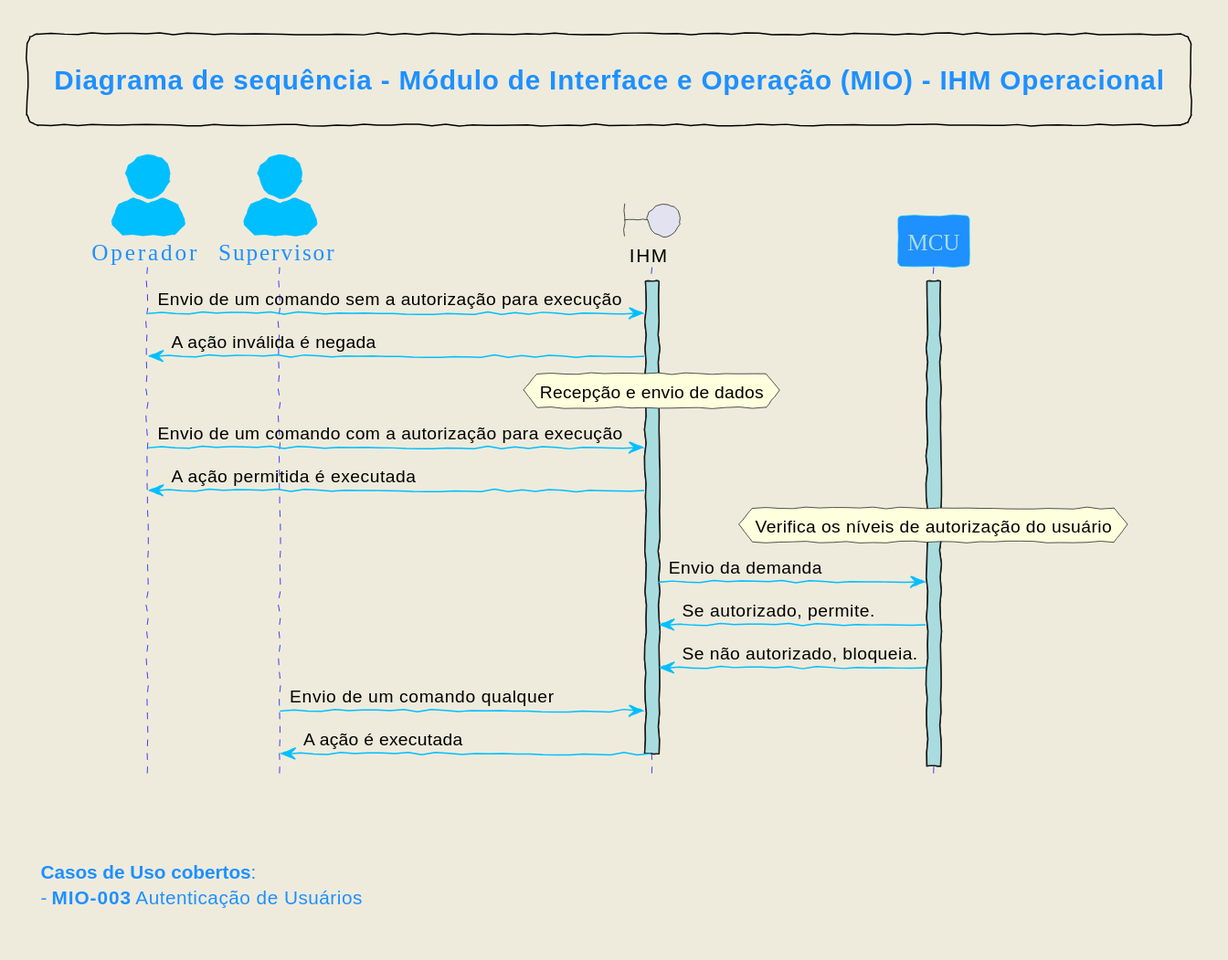
Above: diagramas_svg/DS-IHM-003.svg in Embrapac/diagramas (PlantUML), before the change. The source it was exported from:
```plantuml
@startuml
!include DEFS.puml

actor "Operador" as OP
actor "Supervisor" as SP
boundary "IHM"
participant "MCU"


activate IHM
activate MCU
OP -> IHM: Envio de um comando sem a autorização para execução
IHM -> OP: A ação inválida é negada
hnote over IHM: Recepção e envio de dados

OP -> IHM: Envio de um comando com a autorização para execução
IHM -> OP: A ação permitida é executada
hnote over MCU: Verifica os níveis de autorização do usuário

IHM -> MCU: Envio da demanda
MCU -> IHM: Se autorizado, permite.
MCU -> IHM: Se não autorizado, bloqueia.
SP -> IHM: Envio de um comando qualquer
IHM -> SP: A ação é executada
deactivate IHM



legend top
**Diagrama de sequência - Módulo de Interface e Operação (MIO) - IHM Operacional**
end legend

footer


**Casos de Uso cobertos**:
 - **MIO-003** Autenticação de Usuários
end footer
@enduml
```
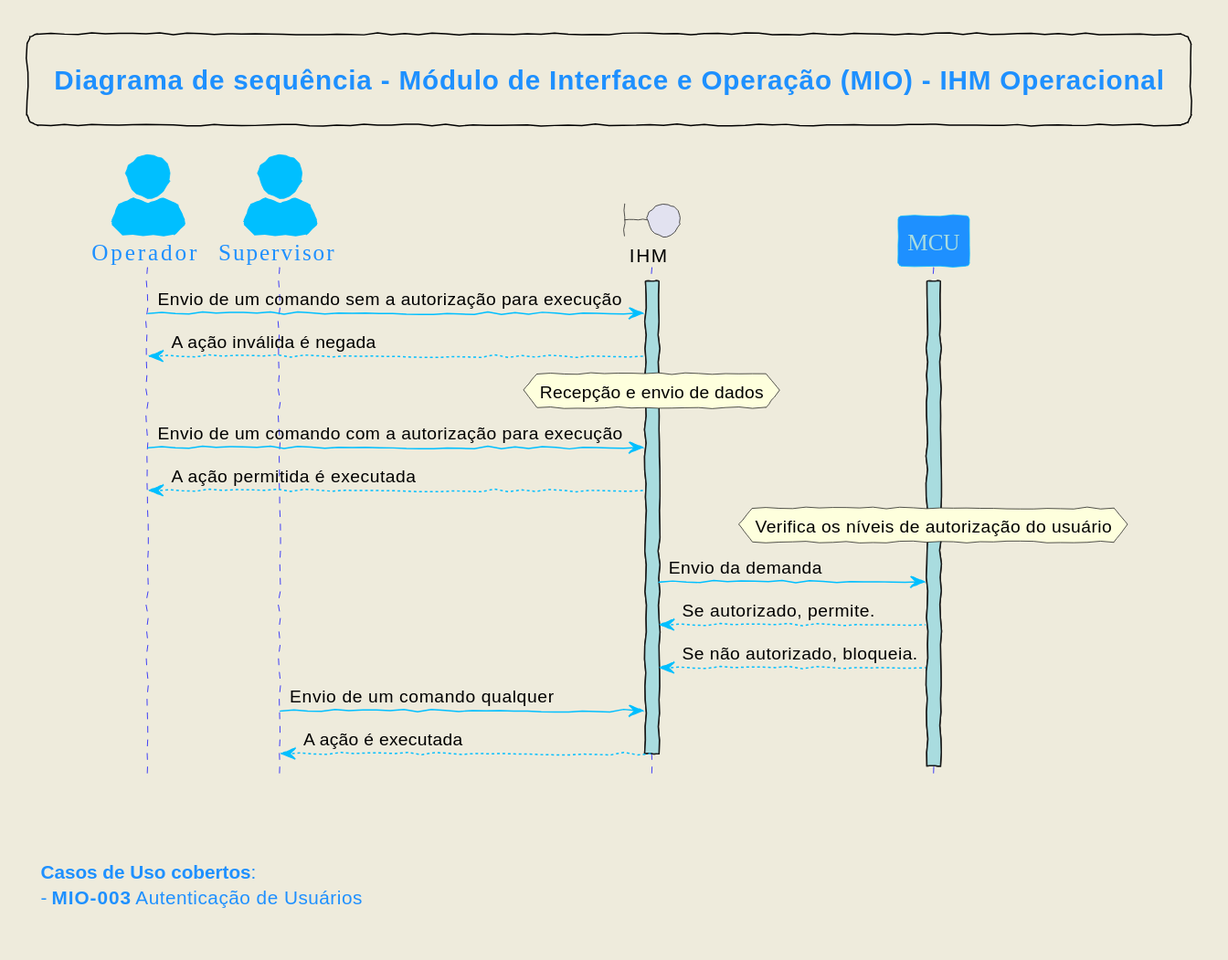
The same diagram one commit later.

The edit, as a diff of the source:
```diff
@@ -10,18 +10,18 @@
 activate IHM
 activate MCU
 OP -> IHM: Envio de um comando sem a autorização para execução
-IHM -> OP: A ação inválida é negada
+IHM --> OP: A ação inválida é negada
 hnote over IHM: Recepção e envio de dados
 
 OP -> IHM: Envio de um comando com a autorização para execução
-IHM -> OP: A ação permitida é executada
+IHM --> OP: A ação permitida é executada
 hnote over MCU: Verifica os níveis de autorização do usuário
 
 IHM -> MCU: Envio da demanda
-MCU -> IHM: Se autorizado, permite.
-MCU -> IHM: Se não autorizado, bloqueia.
+MCU --> IHM: Se autorizado, permite.
+MCU --> IHM: Se não autorizado, bloqueia.
 SP -> IHM: Envio de um comando qualquer
-IHM -> SP: A ação é executada
+IHM --> SP: A ação é executada
 deactivate IHM
 
 
```
